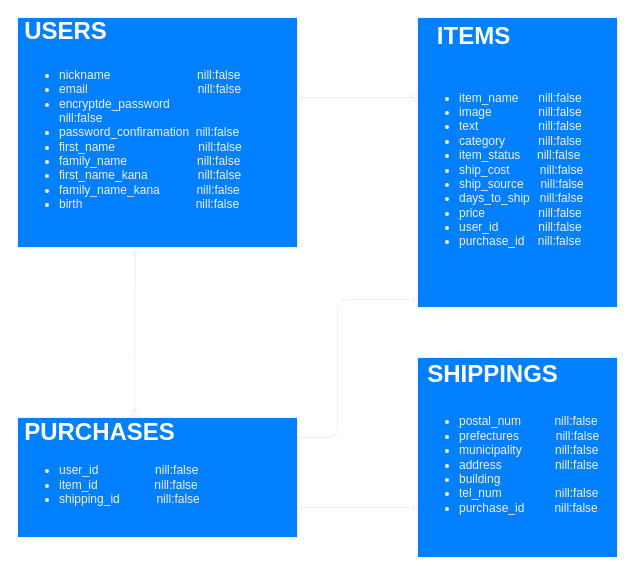
This is er.dio from ryusen1000/furima-35197, a draw.io file, before an edit. Source tidied: cells renumbered, new cells numbered last; positions are measured from the earlier drawing's top-left corner, leaving out a move shared by most shapes. Both pictures are drawn from the tidied source at 100%, with x=0, y=0 at pixel (17, 17).
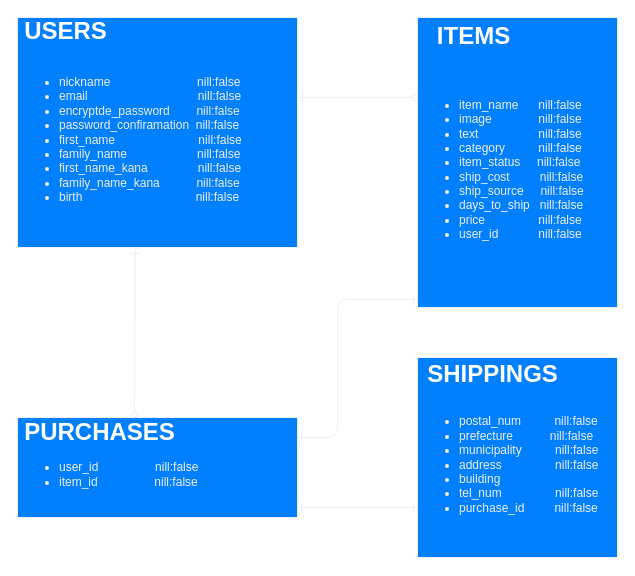
Above is the later version.

What changed in the source:
```diff
@@
 <mxGraphModel>
   <root>
     <mxCell id="0" />
     <mxCell id="1" parent="0" />
-    <mxCell id="2" value="&lt;div&gt;&lt;br&gt;&lt;/div&gt;&lt;ul&gt;&lt;li&gt;nickname&amp;nbsp; &amp;nbsp; &amp;nbsp; &amp;nbsp; &amp;nbsp; &amp;nbsp; &amp;nbsp; &amp;nbsp; &amp;nbsp; &amp;nbsp; &amp;nbsp; &amp;nbsp; &amp;nbsp; nill:false&lt;/li&gt;&lt;li&gt;email&amp;nbsp; &amp;nbsp; &amp;nbsp; &amp;nbsp; &amp;nbsp; &amp;nbsp; &amp;nbsp; &amp;nbsp; &amp;nbsp; &amp;nbsp; &amp;nbsp; &amp;nbsp; &amp;nbsp; &amp;nbsp; &amp;nbsp; &amp;nbsp; &amp;nbsp;nill:false&lt;/li&gt;&lt;li&gt;encryptde_password&amp;nbsp; &amp;nbsp; &amp;nbsp; &amp;nbsp; &amp;nbsp; &amp;nbsp; &amp;nbsp; &amp;nbsp; &amp;nbsp; &amp;nbsp; &amp;nbsp; &amp;nbsp; &amp;nbsp; nill:false&lt;/li&gt;&lt;li&gt;password_confiramation&amp;nbsp; nill:false&lt;/li&gt;&lt;li&gt;first_name&amp;nbsp; &amp;nbsp; &amp;nbsp; &amp;nbsp; &amp;nbsp; &amp;nbsp; &amp;nbsp; &amp;nbsp; &amp;nbsp; &amp;nbsp; &amp;nbsp; &amp;nbsp; &amp;nbsp;nill:false&lt;/li&gt;&lt;li&gt;family_name&amp;nbsp; &amp;nbsp; &amp;nbsp; &amp;nbsp; &amp;nbsp; &amp;nbsp; &amp;nbsp; &amp;nbsp; &amp;nbsp; &amp;nbsp; &amp;nbsp;nill:false&lt;/li&gt;&lt;li&gt;first_name_kana&amp;nbsp; &amp;nbsp; &amp;nbsp; &amp;nbsp; &amp;nbsp; &amp;nbsp; &amp;nbsp; &amp;nbsp;nill:false&lt;/li&gt;&lt;li&gt;family_name_kana&amp;nbsp; &amp;nbsp; &amp;nbsp; &amp;nbsp; &amp;nbsp; &amp;nbsp;nill:false&lt;/li&gt;&lt;li&gt;birth&amp;nbsp; &amp;nbsp; &amp;nbsp; &amp;nbsp; &amp;nbsp; &amp;nbsp; &amp;nbsp; &amp;nbsp; &amp;nbsp; &amp;nbsp; &amp;nbsp; &amp;nbsp; &amp;nbsp; &amp;nbsp; &amp;nbsp; &amp;nbsp; &amp;nbsp; nill:false&lt;/li&gt;&lt;/ul&gt;" style="text;html=1;whiteSpace=wrap;verticalAlign=middle;overflow=hidden;strokeColor=#f0f0f0;fillColor=#007FFF;fontColor=#F0F0F0;" parent="1" vertex="1">
+    <mxCell id="2" value="&lt;div&gt;&lt;br&gt;&lt;/div&gt;&lt;ul&gt;&lt;li&gt;nickname&amp;nbsp; &amp;nbsp; &amp;nbsp; &amp;nbsp; &amp;nbsp; &amp;nbsp; &amp;nbsp; &amp;nbsp; &amp;nbsp; &amp;nbsp; &amp;nbsp; &amp;nbsp; &amp;nbsp; nill:false&lt;/li&gt;&lt;li&gt;email&amp;nbsp; &amp;nbsp; &amp;nbsp; &amp;nbsp; &amp;nbsp; &amp;nbsp; &amp;nbsp; &amp;nbsp; &amp;nbsp; &amp;nbsp; &amp;nbsp; &amp;nbsp; &amp;nbsp; &amp;nbsp; &amp;nbsp; &amp;nbsp; &amp;nbsp;nill:false&lt;/li&gt;&lt;li&gt;encryptde_password&amp;nbsp; &amp;nbsp; &amp;nbsp; &amp;nbsp; nill:false&lt;/li&gt;&lt;li&gt;password_confiramation&amp;nbsp; nill:false&lt;/li&gt;&lt;li&gt;first_name&amp;nbsp; &amp;nbsp; &amp;nbsp; &amp;nbsp; &amp;nbsp; &amp;nbsp; &amp;nbsp; &amp;nbsp; &amp;nbsp; &amp;nbsp; &amp;nbsp; &amp;nbsp; &amp;nbsp;nill:false&lt;/li&gt;&lt;li&gt;family_name&amp;nbsp; &amp;nbsp; &amp;nbsp; &amp;nbsp; &amp;nbsp; &amp;nbsp; &amp;nbsp; &amp;nbsp; &amp;nbsp; &amp;nbsp; &amp;nbsp;nill:false&lt;/li&gt;&lt;li&gt;first_name_kana&amp;nbsp; &amp;nbsp; &amp;nbsp; &amp;nbsp; &amp;nbsp; &amp;nbsp; &amp;nbsp; &amp;nbsp;nill:false&lt;/li&gt;&lt;li&gt;family_name_kana&amp;nbsp; &amp;nbsp; &amp;nbsp; &amp;nbsp; &amp;nbsp; &amp;nbsp;nill:false&lt;/li&gt;&lt;li&gt;birth&amp;nbsp; &amp;nbsp; &amp;nbsp; &amp;nbsp; &amp;nbsp; &amp;nbsp; &amp;nbsp; &amp;nbsp; &amp;nbsp; &amp;nbsp; &amp;nbsp; &amp;nbsp; &amp;nbsp; &amp;nbsp; &amp;nbsp; &amp;nbsp; &amp;nbsp; nill:false&lt;/li&gt;&lt;/ul&gt;" style="text;html=1;whiteSpace=wrap;verticalAlign=middle;overflow=hidden;strokeColor=#f0f0f0;fillColor=#007FFF;fontColor=#F0F0F0;" parent="1" vertex="1">
       <mxGeometry width="280" height="230" as="geometry" />
     </mxCell>
     <mxCell id="3" value="USERS" style="text;strokeColor=none;fillColor=none;html=1;fontSize=24;fontStyle=1;verticalAlign=middle;align=center;fontColor=#FFFFFF;" parent="2" vertex="1">
       <mxGeometry width="96.6" height="27.1" as="geometry" />
     </mxCell>
     <mxCell id="4" style="edgeStyle=orthogonalEdgeStyle;rounded=0;orthogonalLoop=1;jettySize=auto;html=1;exitX=0.5;exitY=1;exitDx=0;exitDy=0;" parent="1" edge="1" source="2" target="2">
       <mxGeometry relative="1" as="geometry" />
     </mxCell>
-    <mxCell id="5" value="&lt;div&gt;&lt;br&gt;&lt;/div&gt;&lt;ul&gt;&lt;li&gt;item_name&amp;nbsp; &amp;nbsp; &amp;nbsp; nill:false&lt;/li&gt;&lt;li&gt;image&amp;nbsp; &amp;nbsp; &amp;nbsp; &amp;nbsp; &amp;nbsp; &amp;nbsp; &amp;nbsp; nill:false&lt;/li&gt;&lt;li&gt;text&amp;nbsp; &amp;nbsp; &amp;nbsp; &amp;nbsp; &amp;nbsp; &amp;nbsp; &amp;nbsp; &amp;nbsp; &amp;nbsp; nill:false&lt;/li&gt;&lt;li&gt;category&amp;nbsp; &amp;nbsp; &amp;nbsp; &amp;nbsp; &amp;nbsp; nill:false&lt;/li&gt;&lt;li&gt;item_status&amp;nbsp; &amp;nbsp; &amp;nbsp;nill:false&lt;/li&gt;&lt;li&gt;ship_cost&amp;nbsp; &amp;nbsp; &amp;nbsp; &amp;nbsp; &amp;nbsp;nill:false&lt;/li&gt;&lt;li&gt;ship_source&amp;nbsp; &amp;nbsp; &amp;nbsp;nill:false&lt;/li&gt;&lt;li&gt;days_to_ship&amp;nbsp; &amp;nbsp;nill:false&lt;/li&gt;&lt;li&gt;price&amp;nbsp; &amp;nbsp; &amp;nbsp; &amp;nbsp; &amp;nbsp; &amp;nbsp; &amp;nbsp; &amp;nbsp; nill:false&lt;/li&gt;&lt;li&gt;user_id&amp;nbsp; &amp;nbsp; &amp;nbsp; &amp;nbsp; &amp;nbsp; &amp;nbsp; nill:false&lt;/li&gt;&lt;li&gt;purchase_id&amp;nbsp; &amp;nbsp; nill:false&lt;/li&gt;&lt;/ul&gt;" style="text;html=1;whiteSpace=wrap;verticalAlign=middle;overflow=hidden;strokeColor=#f0f0f0;fillColor=#007FFF;fontColor=#F0F0F0;" parent="1" vertex="1">
+    <mxCell id="5" value="&lt;div&gt;&lt;br&gt;&lt;/div&gt;&lt;ul&gt;&lt;li&gt;item_name&amp;nbsp; &amp;nbsp; &amp;nbsp; nill:false&lt;/li&gt;&lt;li&gt;image&amp;nbsp; &amp;nbsp; &amp;nbsp; &amp;nbsp; &amp;nbsp; &amp;nbsp; &amp;nbsp; nill:false&lt;/li&gt;&lt;li&gt;text&amp;nbsp; &amp;nbsp; &amp;nbsp; &amp;nbsp; &amp;nbsp; &amp;nbsp; &amp;nbsp; &amp;nbsp; &amp;nbsp; nill:false&lt;/li&gt;&lt;li&gt;category&amp;nbsp; &amp;nbsp; &amp;nbsp; &amp;nbsp; &amp;nbsp; nill:false&lt;/li&gt;&lt;li&gt;item_status&amp;nbsp; &amp;nbsp; &amp;nbsp;nill:false&lt;/li&gt;&lt;li&gt;ship_cost&amp;nbsp; &amp;nbsp; &amp;nbsp; &amp;nbsp; &amp;nbsp;nill:false&lt;/li&gt;&lt;li&gt;ship_source&amp;nbsp; &amp;nbsp; &amp;nbsp;nill:false&lt;/li&gt;&lt;li&gt;days_to_ship&amp;nbsp; &amp;nbsp;nill:false&lt;/li&gt;&lt;li&gt;price&amp;nbsp; &amp;nbsp; &amp;nbsp; &amp;nbsp; &amp;nbsp; &amp;nbsp; &amp;nbsp; &amp;nbsp; nill:false&lt;/li&gt;&lt;li&gt;user_id&amp;nbsp; &amp;nbsp; &amp;nbsp; &amp;nbsp; &amp;nbsp; &amp;nbsp; nill:false&lt;/li&gt;&lt;/ul&gt;" style="text;html=1;whiteSpace=wrap;verticalAlign=middle;overflow=hidden;strokeColor=#f0f0f0;fillColor=#007FFF;fontColor=#F0F0F0;" parent="1" vertex="1">
       <mxGeometry x="400" width="200" height="290" as="geometry" />
     </mxCell>
     <mxCell id="6" value="ITEMS" style="text;strokeColor=none;fillColor=none;html=1;fontSize=24;fontStyle=1;verticalAlign=middle;align=center;fontColor=#FFFFFF;" parent="5" vertex="1">
       <mxGeometry width="111.1" height="38.7" as="geometry" />
     </mxCell>
-    <mxCell id="7" value="&lt;div&gt;&lt;br&gt;&lt;/div&gt;&lt;ul&gt;&lt;li&gt;user_id&amp;nbsp; &amp;nbsp; &amp;nbsp; &amp;nbsp; &amp;nbsp; &amp;nbsp; &amp;nbsp; &amp;nbsp; &amp;nbsp;nill:false&lt;/li&gt;&lt;li&gt;item_id&amp;nbsp; &amp;nbsp; &amp;nbsp; &amp;nbsp; &amp;nbsp; &amp;nbsp; &amp;nbsp; &amp;nbsp; &amp;nbsp;nill:false&lt;/li&gt;&lt;li&gt;shipping_id&amp;nbsp; &amp;nbsp; &amp;nbsp; &amp;nbsp; &amp;nbsp; &amp;nbsp;nill:false&lt;/li&gt;&lt;/ul&gt;" style="text;html=1;whiteSpace=wrap;verticalAlign=middle;overflow=hidden;strokeColor=#f0f0f0;fillColor=#007FFF;fontColor=#F0F0F0;" parent="1" vertex="1">
-      <mxGeometry y="400" width="280" height="120" as="geometry" />
+    <mxCell id="7" value="&lt;div&gt;&lt;br&gt;&lt;/div&gt;&lt;ul&gt;&lt;li&gt;user_id&amp;nbsp; &amp;nbsp; &amp;nbsp; &amp;nbsp; &amp;nbsp; &amp;nbsp; &amp;nbsp; &amp;nbsp; &amp;nbsp;nill:false&lt;/li&gt;&lt;li&gt;item_id&amp;nbsp; &amp;nbsp; &amp;nbsp; &amp;nbsp; &amp;nbsp; &amp;nbsp; &amp;nbsp; &amp;nbsp; &amp;nbsp;nill:false&lt;/li&gt;&lt;/ul&gt;" style="text;html=1;whiteSpace=wrap;verticalAlign=middle;overflow=hidden;strokeColor=#f0f0f0;fillColor=#007FFF;fontColor=#F0F0F0;" parent="1" vertex="1">
+      <mxGeometry y="400" width="280" height="100" as="geometry" />
     </mxCell>
     <mxCell id="8" value="PURCHASES" style="text;strokeColor=none;fillColor=none;html=1;fontSize=24;fontStyle=1;verticalAlign=middle;align=center;fontColor=#FFFFFF;" parent="7" vertex="1">
       <mxGeometry width="164.1" height="30" as="geometry" />
     </mxCell>
-    <mxCell id="9" value="&lt;div&gt;&lt;br&gt;&lt;/div&gt;&lt;ul&gt;&lt;li&gt;postal_num&amp;nbsp; &amp;nbsp; &amp;nbsp; &amp;nbsp; &amp;nbsp; nill:false&lt;/li&gt;&lt;li&gt;prefectures&amp;nbsp; &amp;nbsp; &amp;nbsp; &amp;nbsp; &amp;nbsp; &amp;nbsp;nill:false&lt;/li&gt;&lt;li&gt;municipality&amp;nbsp; &amp;nbsp; &amp;nbsp; &amp;nbsp; &amp;nbsp; nill:false&lt;/li&gt;&lt;li&gt;address&amp;nbsp; &amp;nbsp; &amp;nbsp; &amp;nbsp; &amp;nbsp; &amp;nbsp; &amp;nbsp; &amp;nbsp; nill:false&lt;/li&gt;&lt;li&gt;building&lt;/li&gt;&lt;li&gt;tel_num&amp;nbsp; &amp;nbsp; &amp;nbsp; &amp;nbsp; &amp;nbsp; &amp;nbsp; &amp;nbsp; &amp;nbsp; nill:false&lt;/li&gt;&lt;li&gt;purchase_id&amp;nbsp; &amp;nbsp; &amp;nbsp; &amp;nbsp; &amp;nbsp;nill:false&lt;/li&gt;&lt;/ul&gt;" style="text;html=1;whiteSpace=wrap;verticalAlign=middle;overflow=hidden;strokeColor=#f0f0f0;fillColor=#007FFF;fontColor=#F0F0F0;" parent="1" vertex="1">
+    <mxCell id="9" value="&lt;div&gt;&lt;br&gt;&lt;/div&gt;&lt;ul&gt;&lt;li&gt;postal_num&amp;nbsp; &amp;nbsp; &amp;nbsp; &amp;nbsp; &amp;nbsp; nill:false&lt;/li&gt;&lt;li&gt;prefecture&amp;nbsp; &amp;nbsp; &amp;nbsp; &amp;nbsp; &amp;nbsp; &amp;nbsp;nill:false&lt;/li&gt;&lt;li&gt;municipality&amp;nbsp; &amp;nbsp; &amp;nbsp; &amp;nbsp; &amp;nbsp; nill:false&lt;/li&gt;&lt;li&gt;address&amp;nbsp; &amp;nbsp; &amp;nbsp; &amp;nbsp; &amp;nbsp; &amp;nbsp; &amp;nbsp; &amp;nbsp; nill:false&lt;/li&gt;&lt;li&gt;building&lt;/li&gt;&lt;li&gt;tel_num&amp;nbsp; &amp;nbsp; &amp;nbsp; &amp;nbsp; &amp;nbsp; &amp;nbsp; &amp;nbsp; &amp;nbsp; nill:false&lt;/li&gt;&lt;li&gt;purchase_id&amp;nbsp; &amp;nbsp; &amp;nbsp; &amp;nbsp; &amp;nbsp;nill:false&lt;/li&gt;&lt;/ul&gt;" style="text;html=1;whiteSpace=wrap;verticalAlign=middle;overflow=hidden;strokeColor=#f0f0f0;fillColor=#007FFF;fontColor=#F0F0F0;" parent="1" vertex="1">
       <mxGeometry x="400" y="340" width="200" height="200" as="geometry" />
     </mxCell>
     <mxCell id="10" value="SHIPPINGS" style="text;strokeColor=none;fillColor=none;html=1;fontSize=24;fontStyle=1;verticalAlign=middle;align=center;fontColor=#FFFFFF;" parent="9" vertex="1">
       <mxGeometry width="150" height="33.3" as="geometry" />
     </mxCell>
     <mxCell id="11" style="endArrow=ERmany;html=1;strokeWidth=1;startArrow=ERone;startFill=0;endFill=0;exitX=1.004;exitY=0.348;exitDx=0;exitDy=0;exitPerimeter=0;strokeColor=#F0F0F0;" parent="1" edge="1" source="2">
       <mxGeometry relative="1" as="geometry">
         <mxPoint x="399" y="80" as="targetPoint" />
       </mxGeometry>
     </mxCell>
     <mxCell id="12" style="endArrow=ERone;html=1;strokeWidth=1;startArrow=ERone;startFill=0;endFill=0;strokeColor=#F0F0F0;" parent="1" edge="1">
       <mxGeometry relative="1" as="geometry">
         <mxPoint x="280" y="420" as="sourcePoint" />
         <mxPoint x="400" y="282" as="targetPoint" />
         <Array as="points">
           <mxPoint x="320" y="420" />
           <mxPoint x="320" y="282" />
         </Array>
       </mxGeometry>
     </mxCell>
     <mxCell id="13" style="endArrow=ERone;html=1;strokeWidth=1;startArrow=ERone;startFill=0;endFill=0;strokeColor=#F0F0F0;" parent="1" edge="1">
       <mxGeometry relative="1" as="geometry">
         <mxPoint x="280" y="490" as="sourcePoint" />
         <mxPoint x="400" y="490" as="targetPoint" />
       </mxGeometry>
     </mxCell>
     <mxCell id="14" style="endArrow=ERone;html=1;strokeWidth=1;startArrow=ERmany;startFill=0;endFill=0;strokeColor=#F0F0F0;exitX=0.713;exitY=-0.033;exitDx=0;exitDy=0;entryX=0.421;entryY=1.009;entryDx=0;entryDy=0;entryPerimeter=0;exitPerimeter=0;" parent="1" edge="1" source="8" target="2">
       <mxGeometry relative="1" as="geometry" />
     </mxCell>
   </root>
 </mxGraphModel>
```
